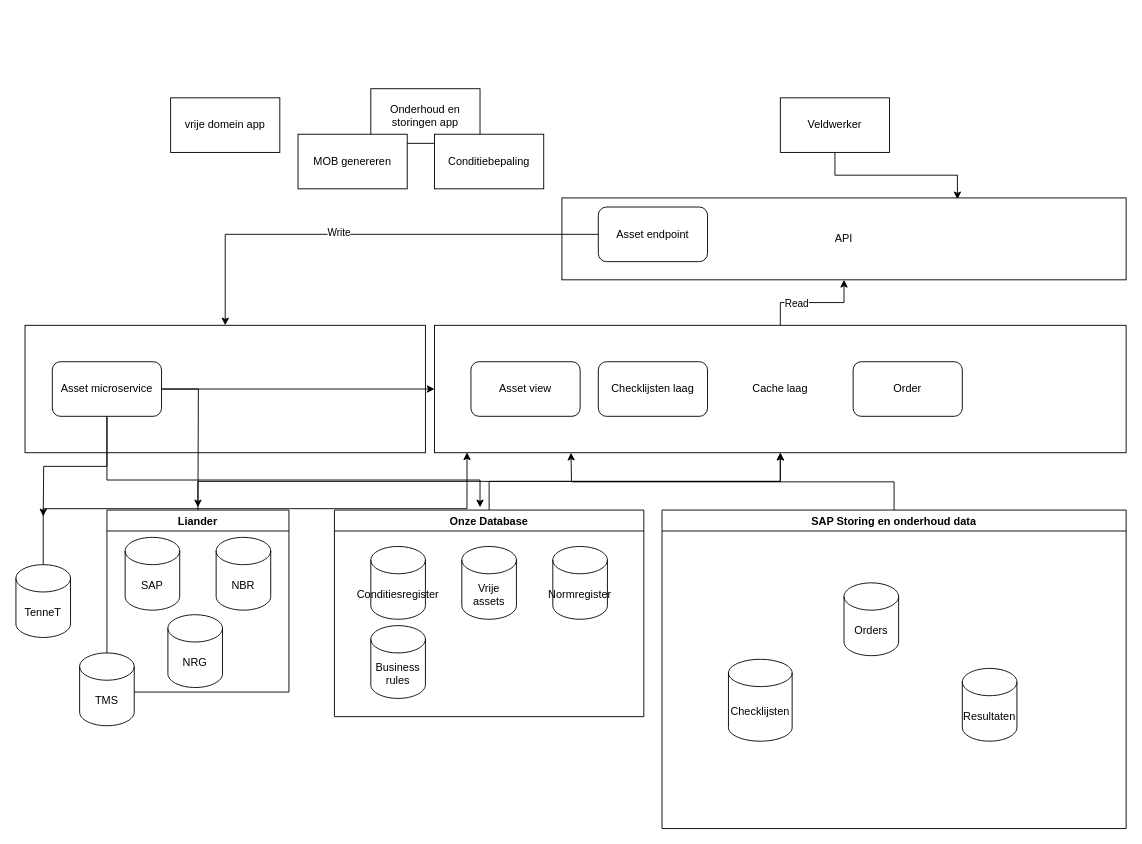
Earlier version of the draw.io diagram page "V1" (2 of 2) of reddyn.drawio (eleemans/Diagrams). Source tidied: cells renumbered, new cells numbered last; positions are measured from the earlier drawing's top-left corner, leaving out a move shared by most shapes. Both pictures are drawn from the tidied source at 91%, with x=0, y=0 at pixel (15, 88).
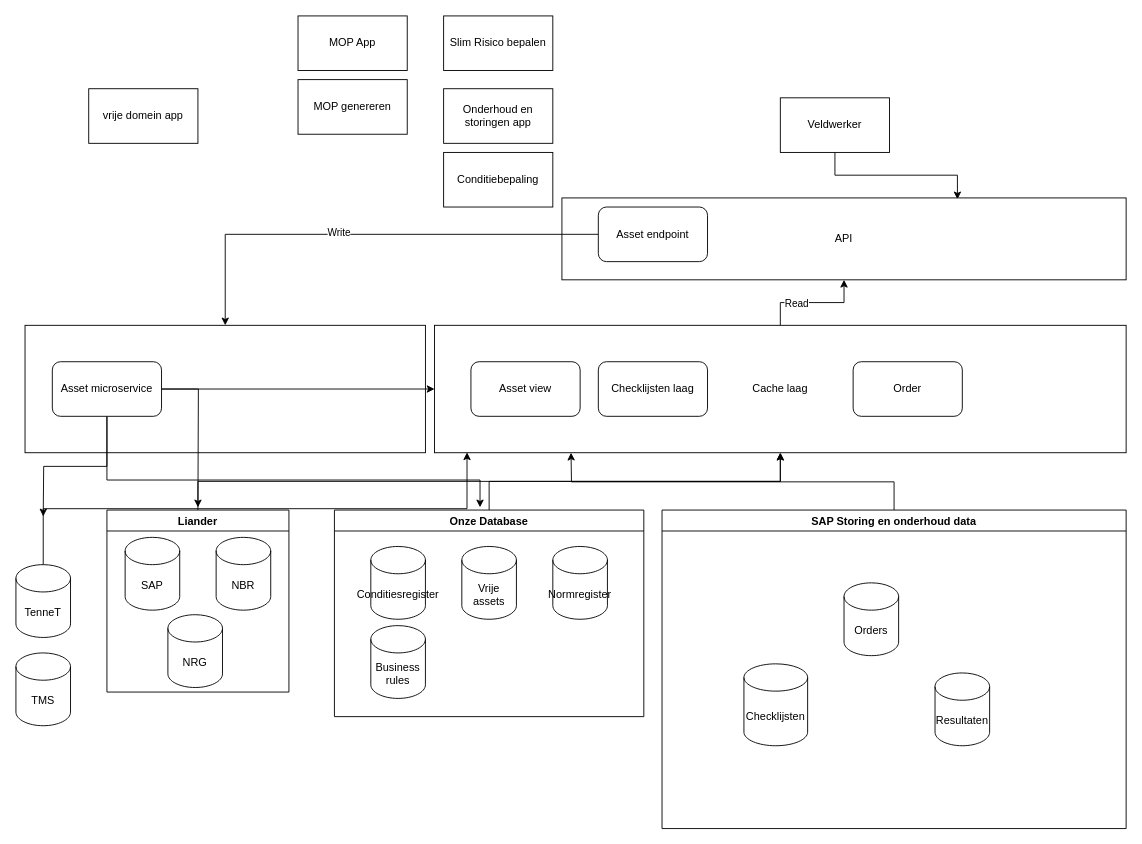
The same diagram, later.

Unchanged cells that the change refers to:
```xml
<mxCell id="16" value="SAP Storing en onderhoud data" style="swimlane;startSize=23;" parent="1" vertex="1">
  <mxGeometry x="710" y="463" width="510" height="350" as="geometry" />
</mxCell>
```

What changed in the source:
```diff
@@
     <mxCell id="17" value="Checklijsten" style="shape=cylinder3;whiteSpace=wrap;html=1;boundedLbl=1;backgroundOutline=1;size=15;" parent="16" vertex="1">
-      <mxGeometry x="73" y="164" width="70" height="90" as="geometry" />
+      <mxGeometry x="90" y="169" width="70" height="90" as="geometry" />
     </mxCell>
@@
     <mxCell id="19" value="Resultaten" style="shape=cylinder3;whiteSpace=wrap;html=1;boundedLbl=1;backgroundOutline=1;size=15;" parent="16" vertex="1">
-      <mxGeometry x="330" y="174" width="60" height="80" as="geometry" />
+      <mxGeometry x="300" y="179" width="60" height="80" as="geometry" />
     </mxCell>
@@
     <mxCell id="38" value="Onderhoud en storingen app" style="rounded=0;whiteSpace=wrap;html=1;" parent="1" vertex="1">
-      <mxGeometry x="390" width="120" height="60" as="geometry" />
+      <mxGeometry x="470" width="120" height="60" as="geometry" />
     </mxCell>
     <mxCell id="39" value="vrije domein app" style="rounded=0;whiteSpace=wrap;html=1;" parent="1" vertex="1">
-      <mxGeometry x="170" y="10" width="120" height="60" as="geometry" />
+      <mxGeometry x="80" width="120" height="60" as="geometry" />
     </mxCell>
     <mxCell id="40" value="Conditiebepaling" style="rounded=0;whiteSpace=wrap;html=1;" parent="1" vertex="1">
-      <mxGeometry x="460" y="50" width="120" height="60" as="geometry" />
+      <mxGeometry x="470" y="70" width="120" height="60" as="geometry" />
     </mxCell>
-    <mxCell id="41" value="MOB genereren" style="rounded=0;whiteSpace=wrap;html=1;" parent="1" vertex="1">
-      <mxGeometry x="310" y="50" width="120" height="60" as="geometry" />
+    <mxCell id="41" value="MOP genereren" style="rounded=0;whiteSpace=wrap;html=1;" parent="1" vertex="1">
+      <mxGeometry x="310" y="-10" width="120" height="60" as="geometry" />
     </mxCell>
     <mxCell id="42" value="TMS" style="shape=cylinder3;whiteSpace=wrap;html=1;boundedLbl=1;backgroundOutline=1;size=15;" parent="1" vertex="1">
-      <mxGeometry x="70" y="620" width="60" height="80" as="geometry" />
+      <mxGeometry y="620" width="60" height="80" as="geometry" />
     </mxCell>
+    <mxCell id="43" value="MOP App" style="rounded=0;whiteSpace=wrap;html=1;" parent="1" vertex="1">
+      <mxGeometry x="310" y="-80" width="120" height="60" as="geometry" />
+    </mxCell>
+    <mxCell id="44" value="Slim Risico bepalen" style="rounded=0;whiteSpace=wrap;html=1;" parent="1" vertex="1">
+      <mxGeometry x="470" y="-80" width="120" height="60" as="geometry" />
+    </mxCell>
```
